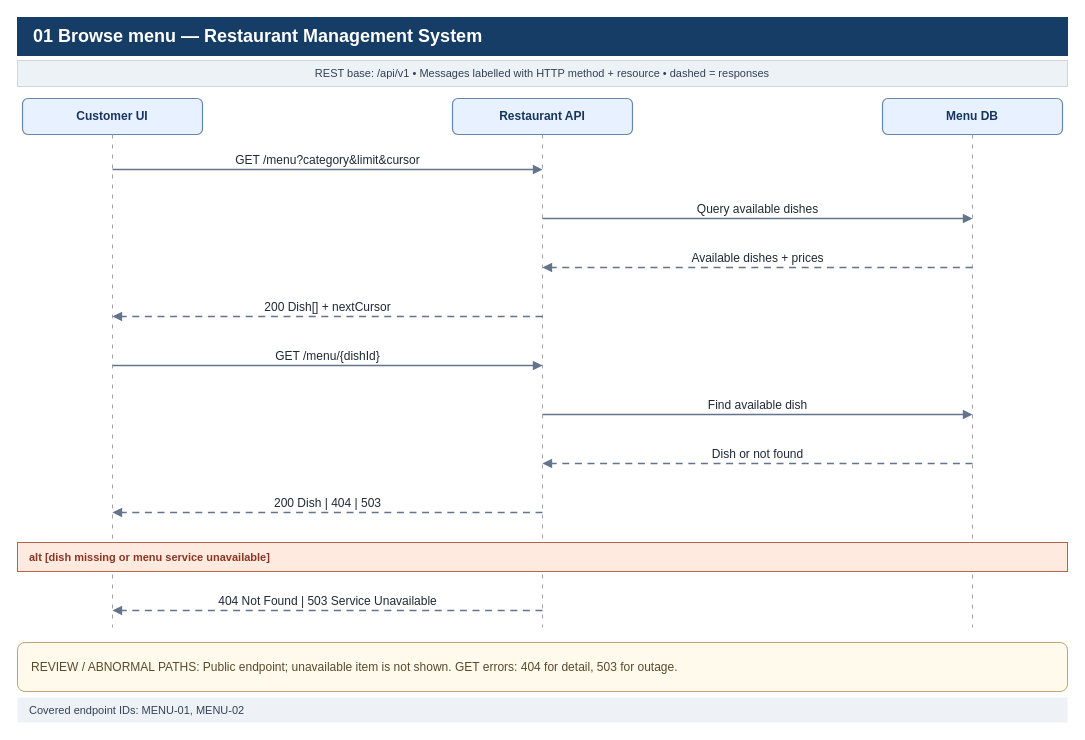
Earlier version of the draw.io diagram page "01 Browse menu" (1 of 10) of Sequence Diagrams/restaurant-sequences.drawio (Lukap42/SWE1_Project). Source tidied: cells renumbered, new cells numbered last; positions are measured from the earlier drawing's top-left corner, leaving out a move shared by most shapes. Both pictures are drawn from the tidied source at 100%, with x=0, y=0 at pixel (17, 17).
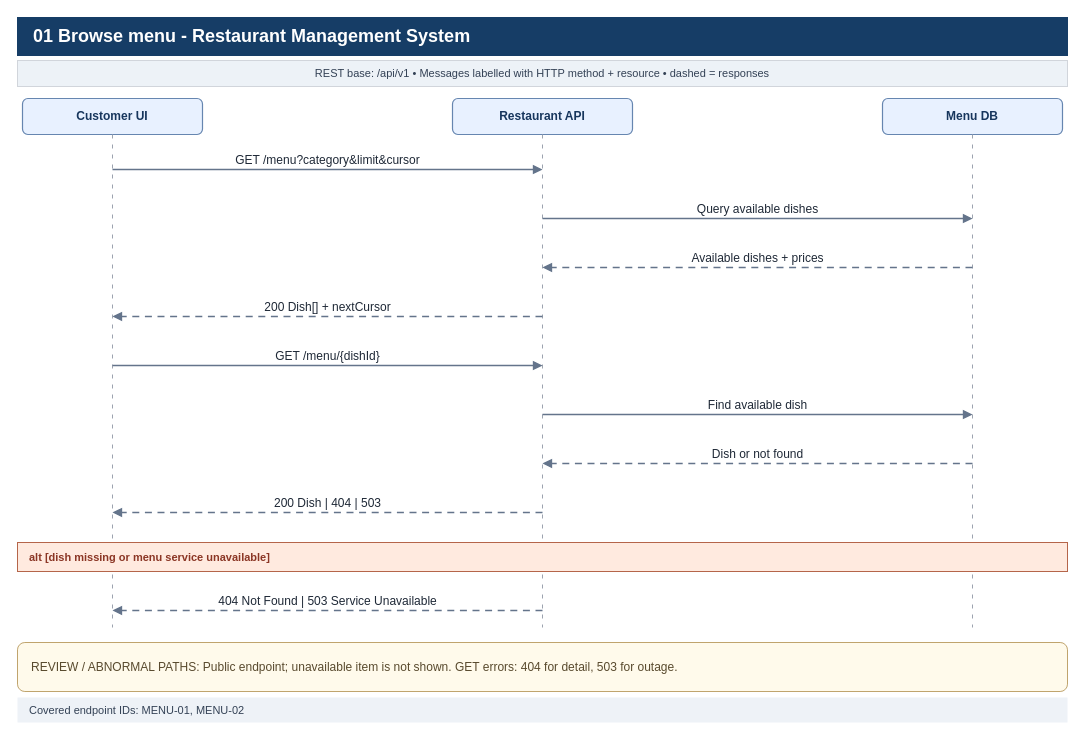
Above is the later version.

Diff of the diagram source:
```diff
@@
-    <mxCell id="2" value="01 Browse menu — Restaurant Management System" style="rounded=0;whiteSpace=wrap;html=1;fillColor=#163d66;strokeColor=#163d66;fontColor=#ffffff;fontStyle=1;fontSize=18;align=left;spacingLeft=14;" parent="1" vertex="1">
+    <mxCell id="2" value="01 Browse menu - Restaurant Management System" style="rounded=0;whiteSpace=wrap;html=1;fillColor=#163d66;strokeColor=#163d66;fontColor=#ffffff;fontStyle=1;fontSize=18;align=left;spacingLeft=14;" parent="1" vertex="1">
       <mxGeometry width="1050" height="38" as="geometry" />
     </mxCell>
```
